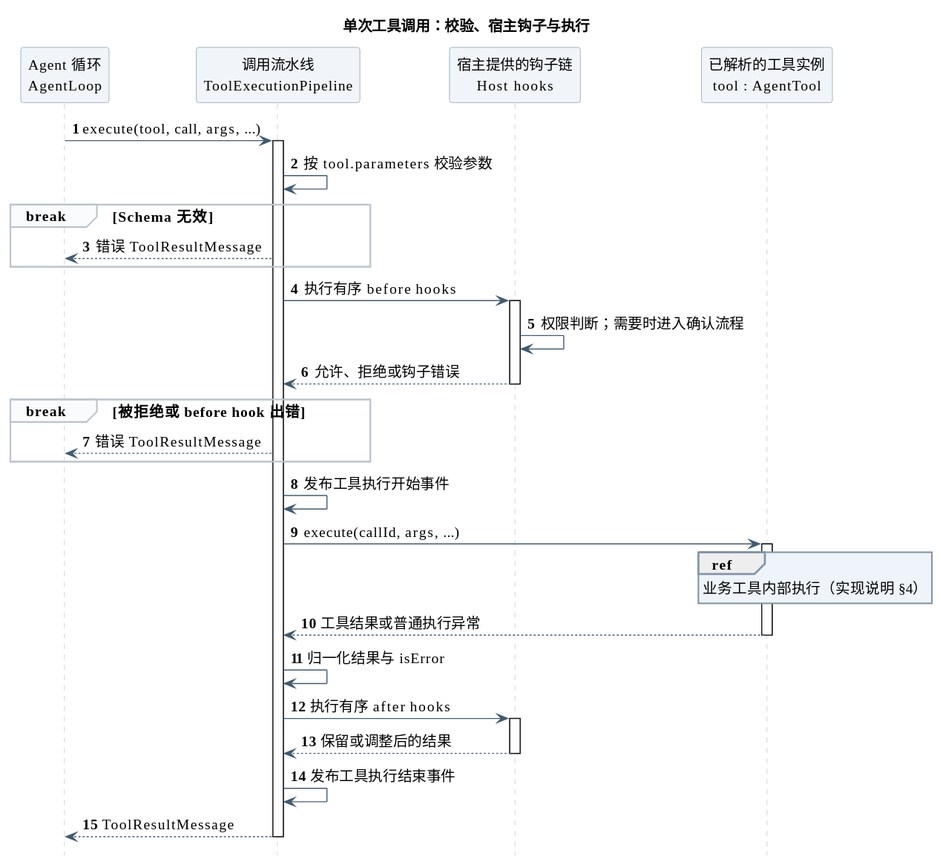
Earlier version of the PlantUML export 01-总体架构/02-CampusClaw工具系统/tool_invocation_pipeline.svg (ssm0808/pi-mono-java-design).
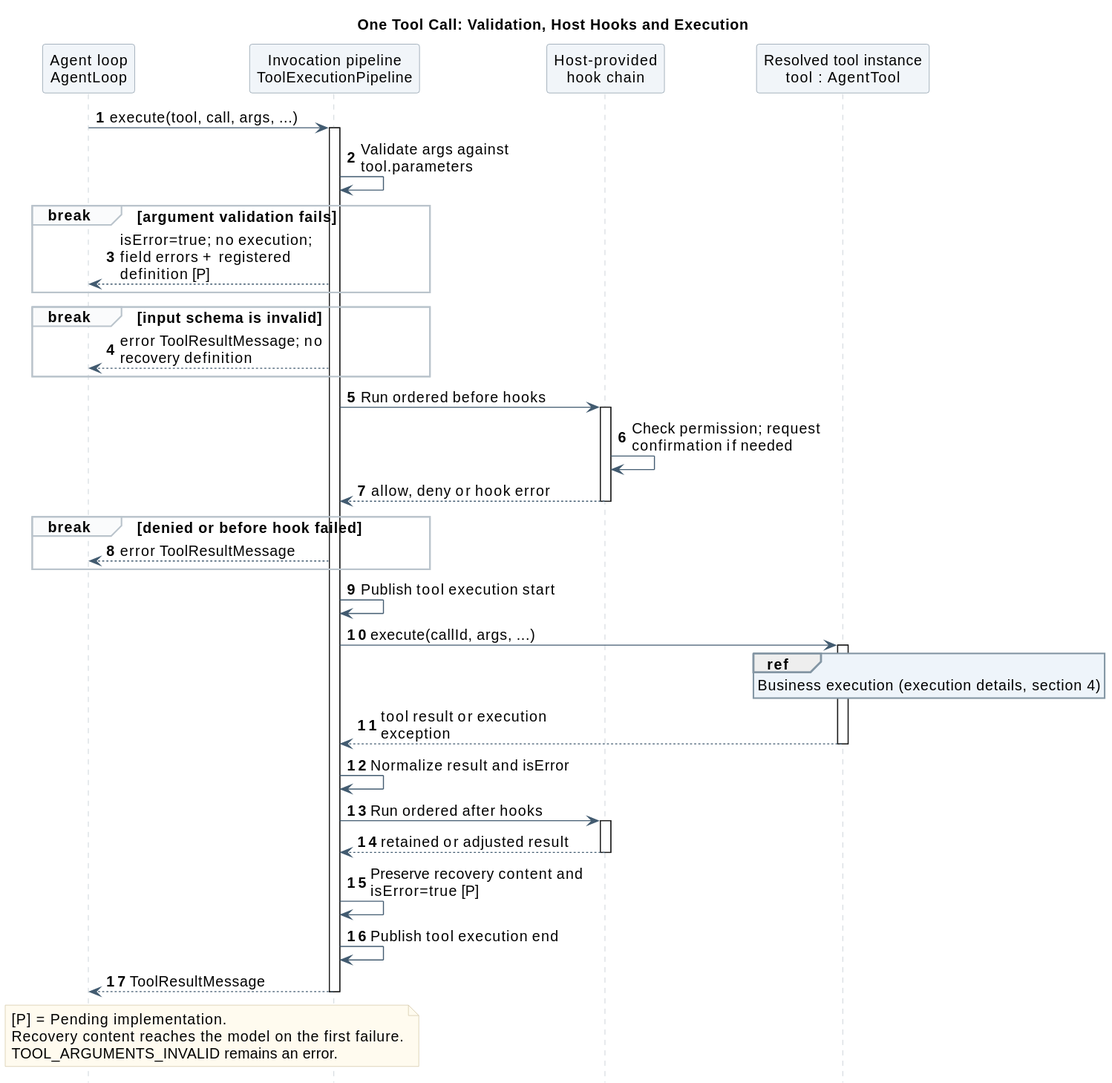
After the commit.

What changed in the source:
```diff
@@ -1,6 +1,6 @@
 @startuml
 skinparam backgroundColor white
-skinparam defaultFontName "PingFang SC"
+skinparam defaultFontName SansSerif
 skinparam defaultFontSize 14
 skinparam shadowing false
 skinparam sequenceMessageAlign left
@@ -17,34 +17,43 @@
 skinparam noteBorderColor #D2C6A5
 hide footbox
 autonumber
+title One Tool Call: Validation, Host Hooks and Execution
 
-title 单次工具调用：校验、宿主钩子与执行
-
-participant "Agent 循环\nAgentLoop" as Loop
-participant "调用流水线\nToolExecutionPipeline" as Pipeline
-participant "宿主提供的钩子链\nHost hooks" as Hooks
-participant "已解析的工具实例\ntool : AgentTool" as Tool
+participant "Agent loop\nAgentLoop" as Loop
+participant "Invocation pipeline\nToolExecutionPipeline" as Pipeline
+participant "Host-provided\nhook chain" as Hooks
+participant "Resolved tool instance\ntool : AgentTool" as Tool
 
 Loop -> Pipeline ++ : execute(tool, call, args, ...)
-Pipeline -> Pipeline : 按 tool.parameters 校验参数
-break Schema 无效
-  Pipeline --> Loop : 错误 ToolResultMessage
+Pipeline -> Pipeline : Validate args against tool.parameters
+break argument validation fails
+  Pipeline --> Loop : isError=true; no execution;\nfield errors + registered definition [P]
 end
-Pipeline -> Hooks ++ : 执行有序 before hooks
-Hooks -> Hooks : 权限判断；需要时进入确认流程
-Hooks --> Pipeline -- : 允许、拒绝或钩子错误
-break 被拒绝或 before hook 出错
-  Pipeline --> Loop : 错误 ToolResultMessage
+break input schema is invalid
+  Pipeline --> Loop : error ToolResultMessage; no recovery definition
 end
-Pipeline -> Pipeline : 发布工具执行开始事件
+Pipeline -> Hooks ++ : Run ordered before hooks
+Hooks -> Hooks : Check permission; request confirmation if needed
+Hooks --> Pipeline -- : allow, deny or hook error
+break denied or before hook failed
+  Pipeline --> Loop : error ToolResultMessage
+end
+Pipeline -> Pipeline : Publish tool execution start
 Pipeline -> Tool ++ : execute(callId, args, ...)
 ref over Tool
-  业务工具内部执行（实现说明 §4）
+  Business execution (execution details, section 4)
 end ref
-Tool --> Pipeline -- : 工具结果或普通执行异常
-Pipeline -> Pipeline : 归一化结果与 isError
-Pipeline -> Hooks ++ : 执行有序 after hooks
-Hooks --> Pipeline -- : 保留或调整后的结果
-Pipeline -> Pipeline : 发布工具执行结束事件
+Tool --> Pipeline -- : tool result or execution exception
+Pipeline -> Pipeline : Normalize result and isError
+Pipeline -> Hooks ++ : Run ordered after hooks
+Hooks --> Pipeline -- : retained or adjusted result
+Pipeline -> Pipeline : Preserve recovery content and isError=true [P]
+Pipeline -> Pipeline : Publish tool execution end
 Pipeline --> Loop -- : ToolResultMessage
+
+note over Loop, Pipeline
+  [P] = Pending implementation.
+  Recovery content reaches the model on the first failure.
+  TOOL_ARGUMENTS_INVALID remains an error.
+end note
 @enduml
```
